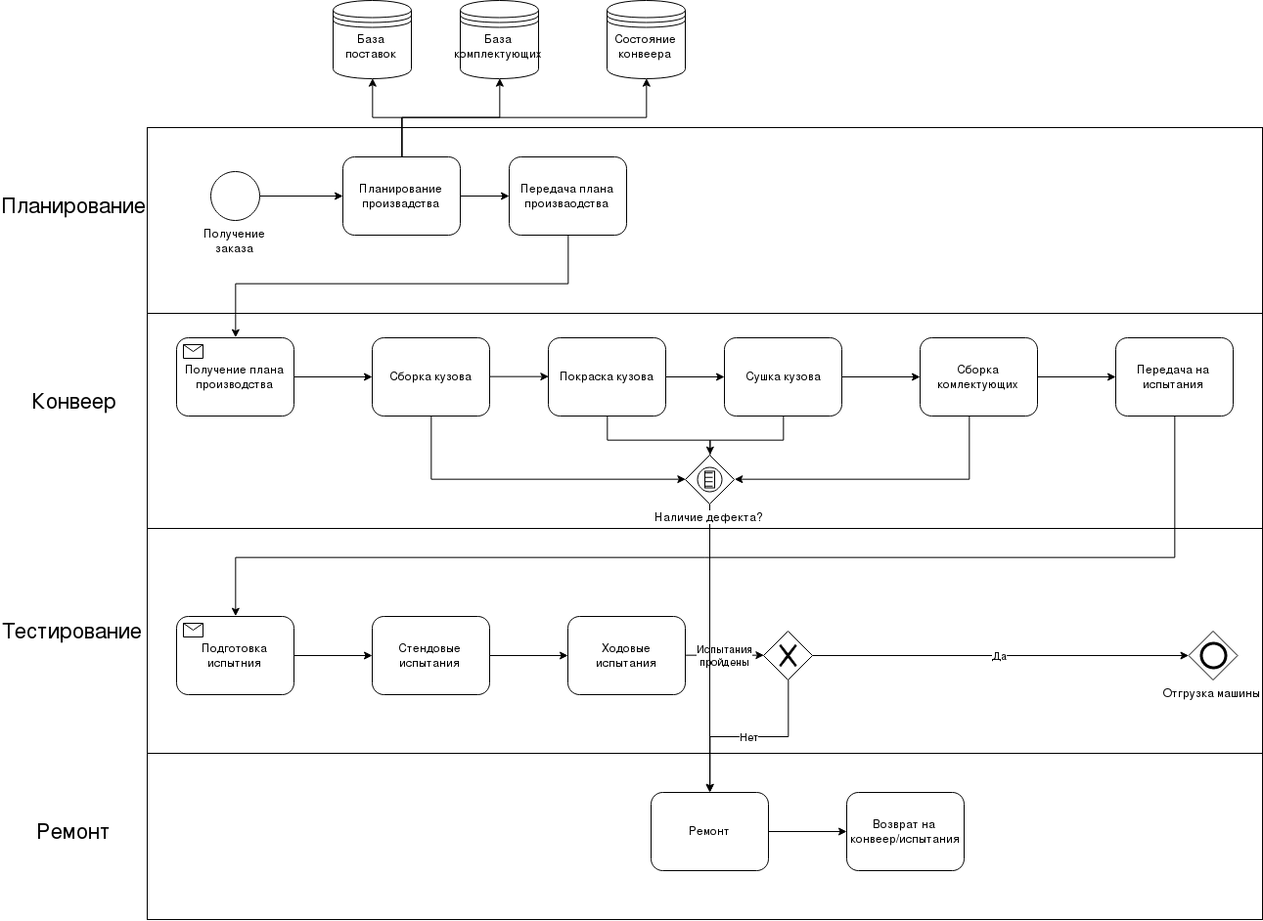
Above: diagrams/BPMN.png in akhoroshev/se-architecture-course (draw.io), before the change. Source tidied: cells renumbered, new cells last; positions are measured from the earlier drawing's top-left corner, leaving out a move shared by most shapes.
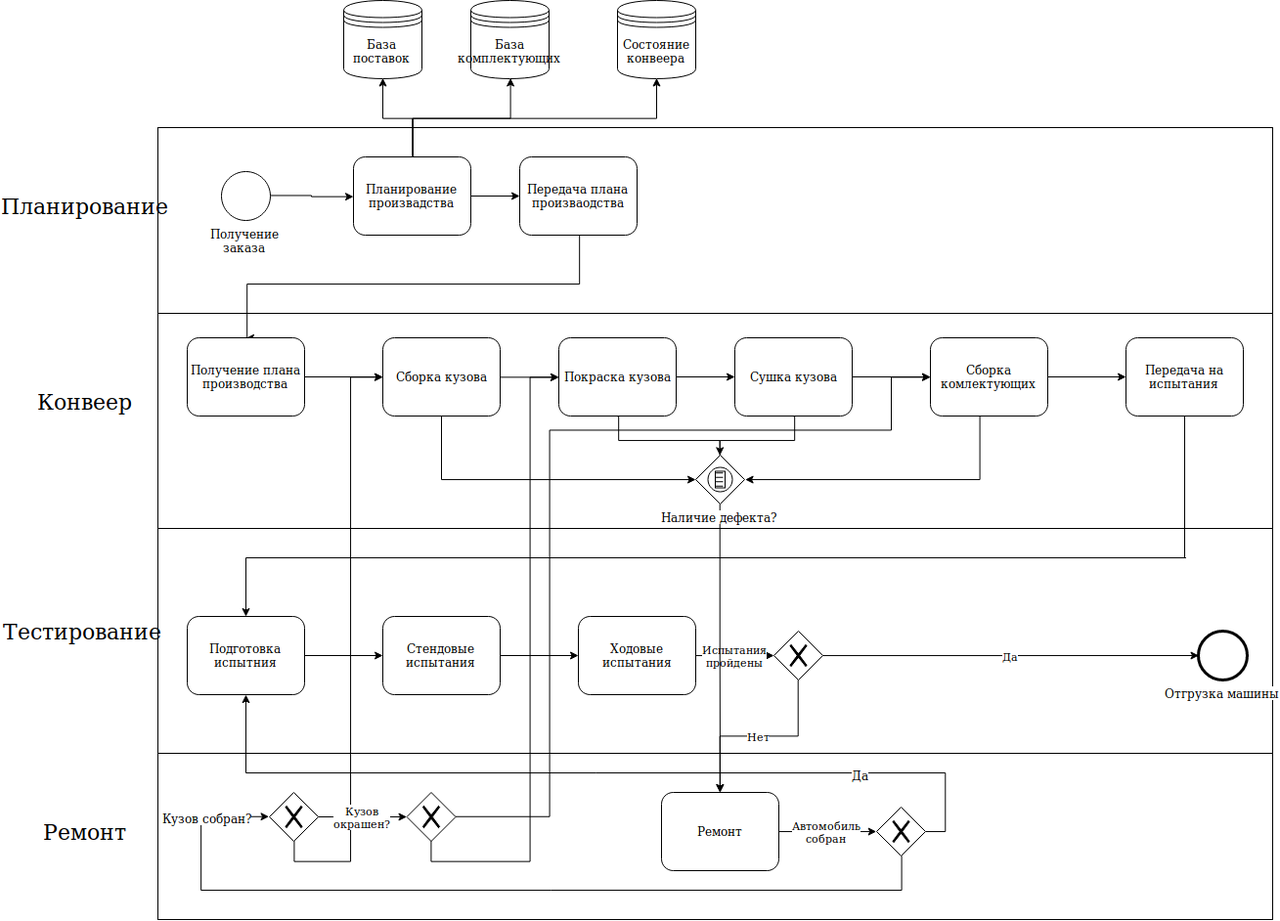
The same diagram one commit later.

Change to the diagram source:
```diff
@@ -105,11 +105,6 @@
     <mxCell id="27" value="Получение плана производства" style="html=1;whiteSpace=wrap;rounded=1;" parent="1" vertex="1">
       <mxGeometry x="128" y="345" width="120" height="80" as="geometry" />
     </mxCell>
-    <mxCell id="28" style="html=1;shape=message;" parent="27" vertex="1">
-      <mxGeometry width="20" height="14" relative="1" as="geometry">
-        <mxPoint x="7" y="7" as="offset" />
-      </mxGeometry>
-    </mxCell>
     <mxCell id="29" style="edgeStyle=orthogonalEdgeStyle;rounded=0;jettySize=auto;html=1;exitX=1;exitY=0.5;exitDx=0;exitDy=0;entryX=0;entryY=0.5;entryDx=0;entryDy=0;" parent="1" edge="1" source="31" target="15">
       <mxGeometry relative="1" as="geometry" />
     </mxCell>
@@ -125,11 +120,6 @@
     <mxCell id="33" value="Подготовка испытния" style="html=1;whiteSpace=wrap;rounded=1;" parent="1" vertex="1">
       <mxGeometry x="128" y="630" width="120" height="80" as="geometry" />
     </mxCell>
-    <mxCell id="34" style="html=1;shape=message;" parent="33" vertex="1">
-      <mxGeometry width="20" height="14" relative="1" as="geometry">
-        <mxPoint x="7" y="7" as="offset" />
-      </mxGeometry>
-    </mxCell>
     <mxCell id="35" style="edgeStyle=orthogonalEdgeStyle;rounded=0;jettySize=auto;html=1;" parent="1" edge="1" source="36" target="38">
       <mxGeometry relative="1" as="geometry" />
     </mxCell>
@@ -151,8 +141,10 @@
     <mxCell id="41" value="Состояние конвеера" style="shape=datastore;whiteSpace=wrap;html=1;" parent="1" vertex="1">
       <mxGeometry x="568" width="80" height="80" as="geometry" />
     </mxCell>
-    <mxCell id="42" value="Да" style="edgeStyle=orthogonalEdgeStyle;rounded=0;jettySize=auto;html=1;" parent="1" edge="1" source="44" target="45">
-      <mxGeometry relative="1" as="geometry" />
+    <mxCell id="42" value="Да" style="edgeStyle=orthogonalEdgeStyle;rounded=0;jettySize=auto;html=1;" parent="1" edge="1" source="44">
+      <mxGeometry relative="1" as="geometry">
+        <mxPoint x="1162.5" y="670" as="targetPoint" />
+      </mxGeometry>
     </mxCell>
     <mxCell id="43" value="Нет" style="edgeStyle=orthogonalEdgeStyle;rounded=0;jettySize=auto;html=1;entryX=0.5;entryY=0;entryDx=0;entryDy=0;" parent="1" edge="1" source="44" target="49">
       <mxGeometry relative="1" as="geometry" />
@@ -160,9 +152,6 @@
     <mxCell id="44" style="shape=mxgraph.bpmn.shape;html=1;verticalLabelPosition=bottom;labelBackgroundColor=#ffffff;verticalAlign=top;align=center;perimeter=rhombusPerimeter;background=gateway;outlineConnect=0;outline=none;symbol=exclusiveGw;" parent="1" vertex="1">
       <mxGeometry x="728" y="645" width="50" height="50" as="geometry" />
     </mxCell>
-    <mxCell id="45" value="Отгрузка машины" style="shape=mxgraph.bpmn.shape;html=1;verticalLabelPosition=bottom;labelBackgroundColor=#ffffff;verticalAlign=top;align=center;perimeter=rhombusPerimeter;background=gateway;outlineConnect=0;outline=end;symbol=general;" parent="1" vertex="1">
-      <mxGeometry x="1162.5" y="645" width="50" height="50" as="geometry" />
-    </mxCell>
     <mxCell id="46" style="edgeStyle=orthogonalEdgeStyle;rounded=0;jettySize=auto;html=1;" parent="1" edge="1" source="47">
       <mxGeometry relative="1" as="geometry">
         <mxPoint x="673" y="810" as="targetPoint" />
@@ -171,15 +160,12 @@
     <mxCell id="47" value="Наличие дефекта?" style="shape=mxgraph.bpmn.shape;html=1;verticalLabelPosition=bottom;labelBackgroundColor=#ffffff;verticalAlign=top;align=center;perimeter=rhombusPerimeter;background=gateway;outlineConnect=0;outline=eventInt;symbol=conditional;" parent="1" vertex="1">
       <mxGeometry x="648" y="465" width="50" height="50" as="geometry" />
     </mxCell>
-    <mxCell id="48" style="edgeStyle=orthogonalEdgeStyle;rounded=0;jettySize=auto;html=1;" parent="1" edge="1" source="49" target="50">
-      <mxGeometry relative="1" as="geometry" />
-    </mxCell>
+    <mxCell id="55" value="&lt;div&gt;Автомобиль&lt;/div&gt;&lt;div&gt;собран&lt;br&gt;&lt;/div&gt;" style="edgeStyle=orthogonalEdgeStyle;rounded=0;jettySize=auto;html=1;entryX=0;entryY=0.5;entryDx=0;entryDy=0;" parent="1" edge="1" source="49" target="60">
+      <mxGeometry relative="1" as="geometry" />
+    </mxCell>
     <mxCell id="49" value="Ремонт" style="html=1;whiteSpace=wrap;rounded=1;" parent="1" vertex="1">
       <mxGeometry x="613" y="810" width="120" height="80" as="geometry" />
     </mxCell>
-    <mxCell id="50" value="&lt;div&gt;Возврат на &lt;br&gt;&lt;/div&gt;&lt;div&gt;конвеер/испытания&lt;/div&gt;" style="html=1;whiteSpace=wrap;rounded=1;" parent="1" vertex="1">
-      <mxGeometry x="813" y="810" width="120" height="80" as="geometry" />
-    </mxCell>
     <mxCell id="51" value="Ремонт" style="text;html=1;strokeColor=none;fillColor=none;align=center;verticalAlign=middle;whiteSpace=wrap;rounded=0;fontSize=22;" parent="1" vertex="1">
       <mxGeometry x="2" y="840" width="40" height="20" as="geometry" />
     </mxCell>
@@ -192,5 +178,68 @@
     <mxCell id="54" value="Планирование" style="text;html=1;strokeColor=none;fillColor=none;align=center;verticalAlign=middle;whiteSpace=wrap;rounded=0;fontSize=22;" parent="1" vertex="1">
       <mxGeometry x="2" y="200" width="40" height="20" as="geometry" />
     </mxCell>
+    <mxCell id="45" value="Отгрузка машины" style="shape=mxgraph.bpmn.shape;html=1;verticalLabelPosition=bottom;labelBackgroundColor=#ffffff;verticalAlign=top;align=center;perimeter=ellipsePerimeter;outlineConnect=0;outline=end;symbol=general;" parent="1" vertex="1">
+      <mxGeometry x="1162" y="645" width="50" height="50" as="geometry" />
+    </mxCell>
+    <mxCell id="56" style="edgeStyle=orthogonalEdgeStyle;rounded=0;jettySize=auto;html=1;entryX=0.5;entryY=1;entryDx=0;entryDy=0;exitX=1;exitY=0.5;exitDx=0;exitDy=0;" parent="1" edge="1" source="60" target="33">
+      <mxGeometry relative="1" as="geometry">
+        <Array as="points">
+          <mxPoint x="903" y="850" />
+          <mxPoint x="903" y="790" />
+          <mxPoint x="188" y="790" />
+        </Array>
+      </mxGeometry>
+    </mxCell>
+    <mxCell id="57" value="Да" style="text;html=1;align=center;verticalAlign=middle;labelBackgroundColor=#ffffff;" parent="56" vertex="1">
+      <mxGeometry x="-0.62" y="1" relative="1" as="geometry" />
+    </mxCell>
+    <mxCell id="58" style="edgeStyle=orthogonalEdgeStyle;rounded=0;jettySize=auto;html=1;exitX=0.5;exitY=1;exitDx=0;exitDy=0;entryX=0;entryY=0.5;entryDx=0;entryDy=0;" parent="1" edge="1" source="60" target="63">
+      <mxGeometry relative="1" as="geometry">
+        <Array as="points">
+          <mxPoint x="859" y="910" />
+          <mxPoint x="142" y="910" />
+          <mxPoint x="142" y="835" />
+        </Array>
+      </mxGeometry>
+    </mxCell>
+    <mxCell id="59" value="Кузов собран?" style="text;html=1;align=center;verticalAlign=middle;labelBackgroundColor=#ffffff;" parent="58" vertex="1">
+      <mxGeometry x="0.44" y="-1" relative="1" as="geometry">
+        <mxPoint x="-101" y="-74" as="offset" />
+      </mxGeometry>
+    </mxCell>
+    <mxCell id="60" style="shape=mxgraph.bpmn.shape;html=1;verticalLabelPosition=bottom;labelBackgroundColor=#ffffff;verticalAlign=top;align=center;perimeter=rhombusPerimeter;background=gateway;outlineConnect=0;outline=none;symbol=exclusiveGw;" parent="1" vertex="1">
+      <mxGeometry x="833" y="825" width="50" height="50" as="geometry" />
+    </mxCell>
+    <mxCell id="61" style="edgeStyle=orthogonalEdgeStyle;rounded=0;jettySize=auto;html=1;exitX=0.5;exitY=1;exitDx=0;exitDy=0;entryX=0;entryY=0.5;entryDx=0;entryDy=0;" parent="1" edge="1" source="63" target="31">
+      <mxGeometry relative="1" as="geometry" />
+    </mxCell>
+    <mxCell id="62" value="&lt;div&gt;Кузов&lt;/div&gt;&lt;div&gt;окрашен?&lt;br&gt;&lt;/div&gt;" style="edgeStyle=orthogonalEdgeStyle;rounded=0;jettySize=auto;html=1;" parent="1" edge="1" source="63" target="66">
+      <mxGeometry relative="1" as="geometry" />
+    </mxCell>
+    <mxCell id="63" style="shape=mxgraph.bpmn.shape;html=1;verticalLabelPosition=bottom;labelBackgroundColor=#ffffff;verticalAlign=top;align=center;perimeter=rhombusPerimeter;background=gateway;outlineConnect=0;outline=none;symbol=exclusiveGw;" parent="1" vertex="1">
+      <mxGeometry x="212" y="810" width="50" height="50" as="geometry" />
+    </mxCell>
+    <mxCell id="64" style="edgeStyle=orthogonalEdgeStyle;rounded=0;jettySize=auto;html=1;exitX=0.5;exitY=1;exitDx=0;exitDy=0;entryX=0;entryY=0.5;entryDx=0;entryDy=0;" parent="1" edge="1" source="66" target="15">
+      <mxGeometry relative="1" as="geometry">
+        <Array as="points">
+          <mxPoint x="377" y="881" />
+          <mxPoint x="479" y="881" />
+          <mxPoint x="479" y="385" />
+        </Array>
+      </mxGeometry>
+    </mxCell>
+    <mxCell id="65" style="edgeStyle=orthogonalEdgeStyle;rounded=0;jettySize=auto;html=1;exitX=1;exitY=0.5;exitDx=0;exitDy=0;entryX=0;entryY=0.5;entryDx=0;entryDy=0;" parent="1" edge="1" source="66" target="21">
+      <mxGeometry relative="1" as="geometry">
+        <Array as="points">
+          <mxPoint x="499" y="835" />
+          <mxPoint x="499" y="439" />
+          <mxPoint x="848" y="439" />
+          <mxPoint x="848" y="385" />
+        </Array>
+      </mxGeometry>
+    </mxCell>
+    <mxCell id="66" style="shape=mxgraph.bpmn.shape;html=1;verticalLabelPosition=bottom;labelBackgroundColor=#ffffff;verticalAlign=top;align=center;perimeter=rhombusPerimeter;background=gateway;outlineConnect=0;outline=none;symbol=exclusiveGw;" parent="1" vertex="1">
+      <mxGeometry x="352.5" y="810" width="50" height="50" as="geometry" />
+    </mxCell>
   </root>
 </mxGraphModel>
```
